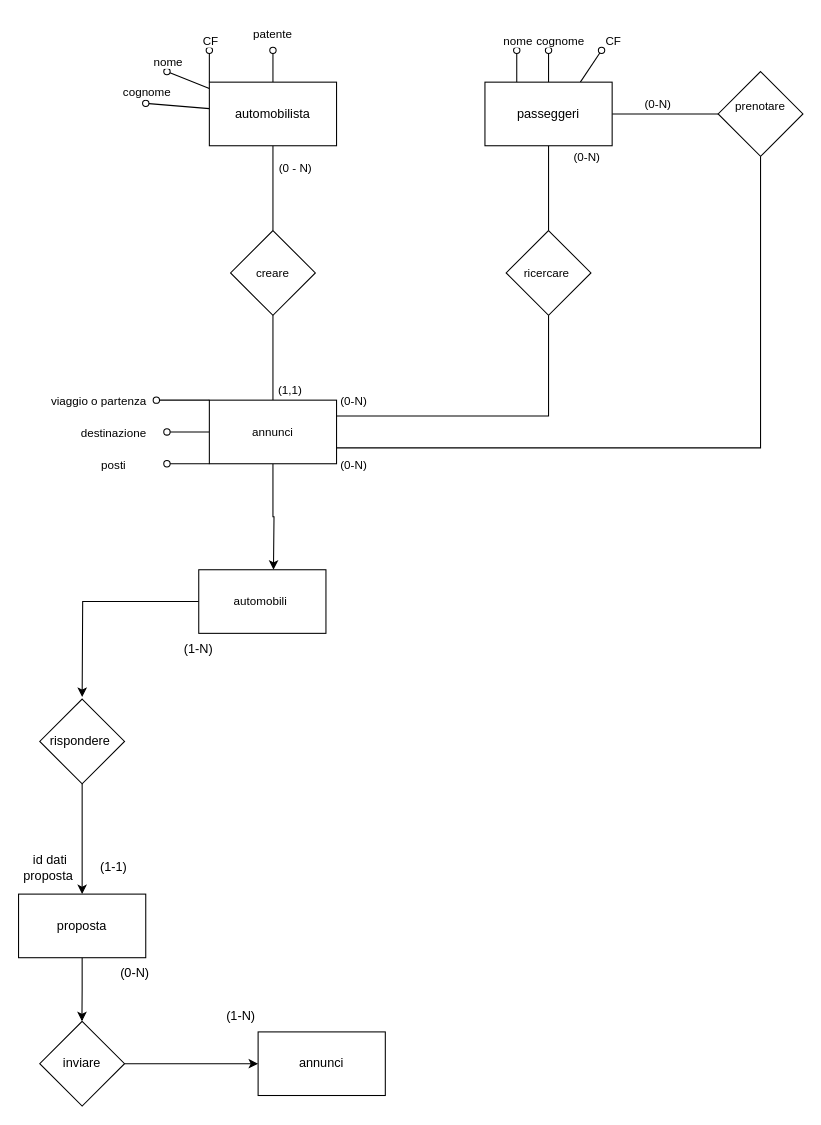
Above: Copia di carpooling.drawio in XSUGL/carpooling (draw.io), before the change. Source tidied: cells renumbered, new cells numbered last; positions are measured from the earlier drawing's top-left corner, leaving out a move shared by most shapes. Both pictures are drawn from the tidied source at 106%, with x=0, y=0 at pixel (18, 18).
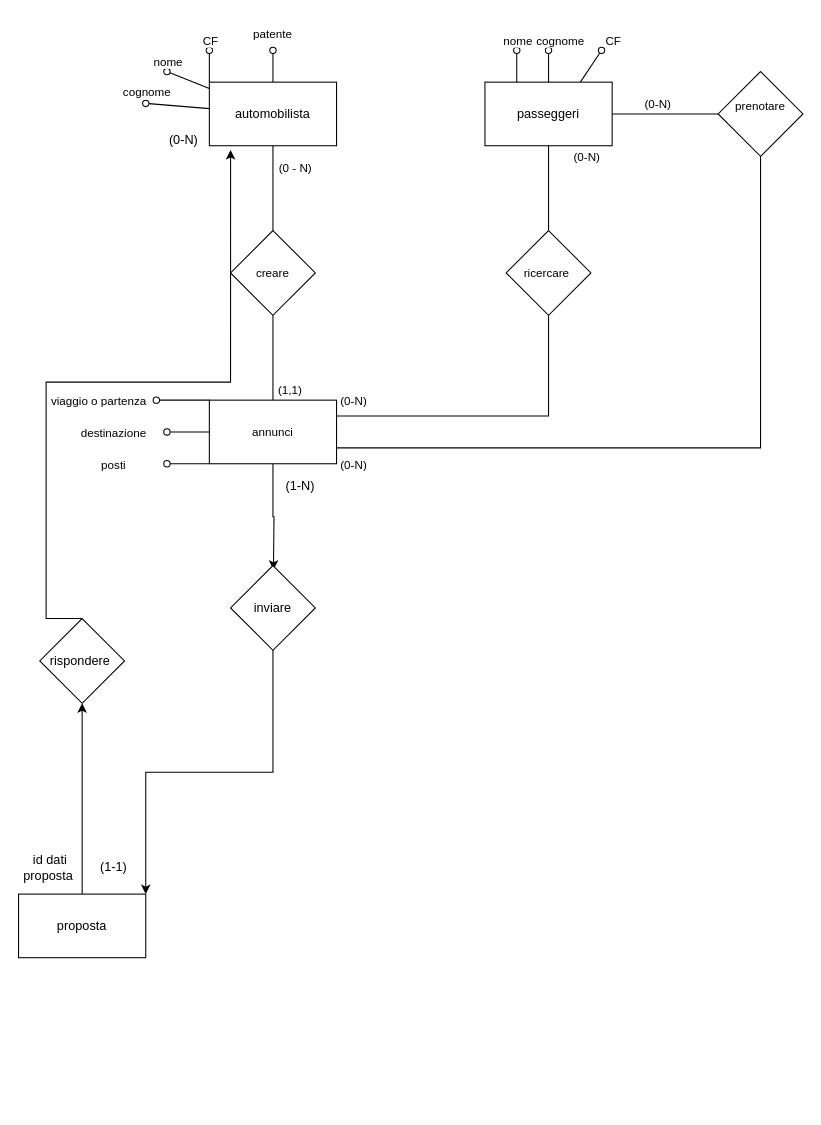
Above is the later version.

Unchanged cells that the change refers to:
```xml
<mxCell id="11" value="automobilista" style="rounded=0;whiteSpace=wrap;html=1;" parent="1" vertex="1">
  <mxGeometry x="180" y="60" width="120" height="60" as="geometry" />
</mxCell>
<mxCell id="47" value="proposta" style="rounded=0;whiteSpace=wrap;html=1;" parent="1" vertex="1">
  <mxGeometry y="826" width="120" height="60" as="geometry" />
</mxCell>
```

Diff of the diagram source:
```diff
@@
-    <mxCell id="41" style="edgeStyle=orthogonalEdgeStyle;rounded=0;jettySize=auto;html=1;exitX=0;exitY=0.5;exitDx=0;exitDy=0;" parent="1" edge="1" source="42">
-      <mxGeometry relative="1" as="geometry">
-        <mxPoint x="60" y="640" as="targetPoint" />
-      </mxGeometry>
-    </mxCell>
-    <mxCell id="42" value="automobili&amp;nbsp;" style="rounded=0;whiteSpace=wrap;html=1;fontFamily=Helvetica;fontSize=11;fontColor=default;labelBackgroundColor=default;" parent="1" vertex="1">
-      <mxGeometry x="170" y="520" width="120" height="60" as="geometry" />
-    </mxCell>
     <mxCell id="43" value="(1-N)" style="text;html=1;whiteSpace=wrap;strokeColor=none;fillColor=none;align=center;verticalAlign=middle;rounded=0;" parent="1" vertex="1">
-      <mxGeometry x="140" y="580" width="60" height="30" as="geometry" />
+      <mxGeometry x="236" y="426" width="60" height="30" as="geometry" />
     </mxCell>
-    <mxCell id="44" style="edgeStyle=orthogonalEdgeStyle;rounded=0;jettySize=auto;html=1;exitX=0.5;exitY=1;exitDx=0;exitDy=0;" parent="1" edge="1" source="45">
-      <mxGeometry relative="1" as="geometry">
-        <mxPoint x="60" y="826" as="targetPoint" />
-      </mxGeometry>
-    </mxCell>
+    <mxCell id="55" style="edgeStyle=orthogonalEdgeStyle;rounded=0;jettySize=auto;html=1;exitX=0.5;exitY=0;exitDx=0;exitDy=0;entryX=0.167;entryY=1.067;entryDx=0;entryDy=0;entryPerimeter=0;" parent="1" edge="1" source="45" target="11">
+      <mxGeometry relative="1" as="geometry">
+        <Array as="points">
+          <mxPoint x="26" y="566" />
+          <mxPoint x="26" y="343" />
+          <mxPoint x="200" y="343" />
+        </Array>
+      </mxGeometry>
+    </mxCell>
     <mxCell id="45" value="rispondere&amp;nbsp;" style="rhombus;whiteSpace=wrap;html=1;" parent="1" vertex="1">
-      <mxGeometry x="20" y="642" width="80" height="80" as="geometry" />
+      <mxGeometry x="20" y="566" width="80" height="80" as="geometry" />
     </mxCell>
-    <mxCell id="46" style="edgeStyle=orthogonalEdgeStyle;rounded=0;jettySize=auto;html=1;exitX=0.5;exitY=1;exitDx=0;exitDy=0;" parent="1" edge="1" source="47">
-      <mxGeometry relative="1" as="geometry">
-        <mxPoint x="59.8" y="946" as="targetPoint" />
-      </mxGeometry>
-    </mxCell>
+    <mxCell id="56" style="edgeStyle=orthogonalEdgeStyle;rounded=0;jettySize=auto;html=1;exitX=0.5;exitY=0;exitDx=0;exitDy=0;entryX=0.5;entryY=1;entryDx=0;entryDy=0;" parent="1" edge="1" source="47" target="45">
+      <mxGeometry relative="1" as="geometry" />
+    </mxCell>
@@
-    <mxCell id="49" style="edgeStyle=orthogonalEdgeStyle;rounded=0;jettySize=auto;html=1;exitX=1;exitY=0.5;exitDx=0;exitDy=0;" parent="1" edge="1" source="50">
-      <mxGeometry relative="1" as="geometry">
-        <mxPoint x="226" y="986" as="targetPoint" />
-      </mxGeometry>
-    </mxCell>
+    <mxCell id="57" style="edgeStyle=orthogonalEdgeStyle;rounded=0;jettySize=auto;html=1;exitX=0.5;exitY=1;exitDx=0;exitDy=0;entryX=1;entryY=0;entryDx=0;entryDy=0;" parent="1" edge="1" source="50" target="47">
+      <mxGeometry relative="1" as="geometry" />
+    </mxCell>
     <mxCell id="50" value="inviare" style="rhombus;whiteSpace=wrap;html=1;" parent="1" vertex="1">
-      <mxGeometry x="20" y="946" width="80" height="80" as="geometry" />
+      <mxGeometry x="200" y="516" width="80" height="80" as="geometry" />
     </mxCell>
@@
     <mxCell id="52" value="(0-N)" style="text;html=1;whiteSpace=wrap;strokeColor=none;fillColor=none;align=center;verticalAlign=middle;rounded=0;" parent="1" vertex="1">
-      <mxGeometry x="80" y="886" width="60" height="30" as="geometry" />
+      <mxGeometry x="126" y="100" width="60" height="30" as="geometry" />
     </mxCell>
-    <mxCell id="53" value="annunci" style="rounded=0;whiteSpace=wrap;html=1;" parent="1" vertex="1">
-      <mxGeometry x="226" y="956" width="120" height="60" as="geometry" />
-    </mxCell>
-    <mxCell id="54" value="(1-N)" style="text;html=1;whiteSpace=wrap;strokeColor=none;fillColor=none;align=center;verticalAlign=middle;rounded=0;" parent="1" vertex="1">
-      <mxGeometry x="180" y="926" width="60" height="30" as="geometry" />
-    </mxCell>
```
